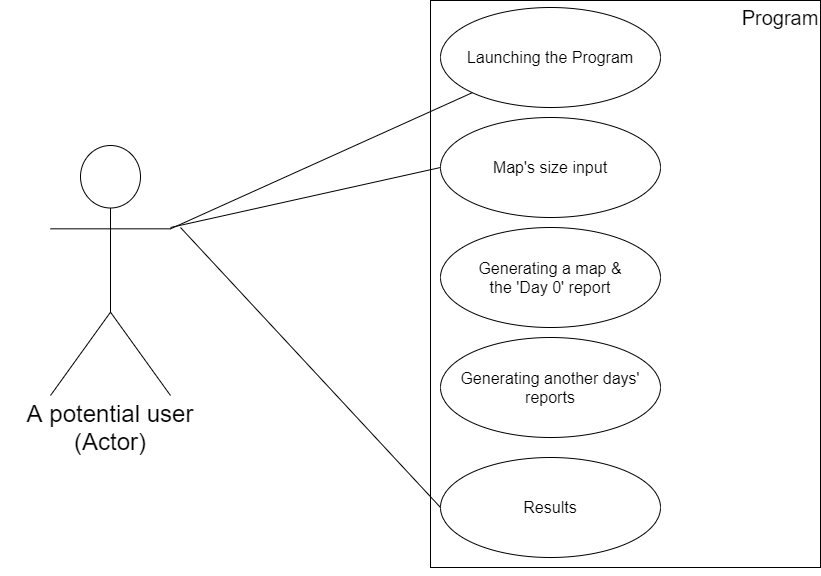
Before: Dokumentacja/pictures/Usage.png, a diagram exported from draw.io (Byczax/PO-Project). Source tidied: cells renumbered, new cells last; positions are measured from the earlier drawing's top-left corner, leaving out a move shared by most shapes.
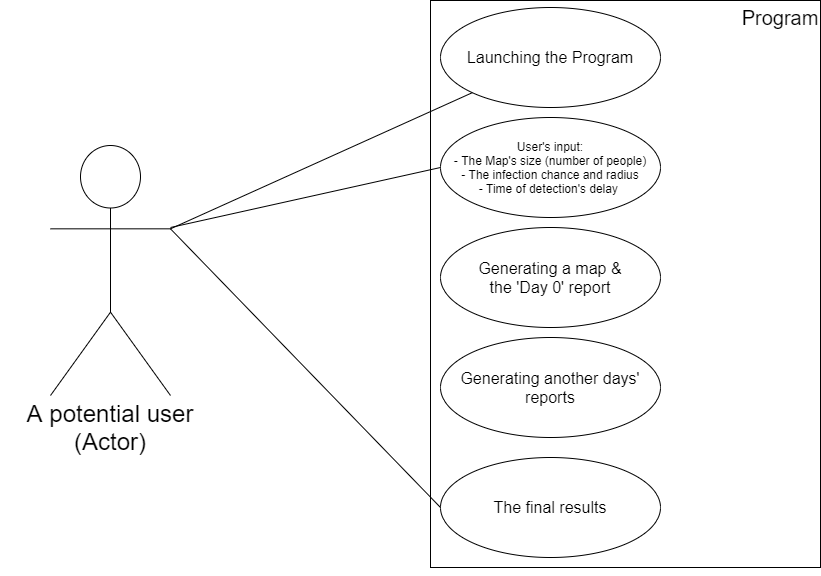
The same file after the commit.

Change to the diagram source:
```diff
@@ -14,7 +14,7 @@
     <mxCell id="5" value="&lt;font style=&quot;font-size: 20px&quot;&gt;Program&lt;/font&gt;" style="text;html=1;strokeColor=none;fillColor=none;align=center;verticalAlign=middle;whiteSpace=wrap;rounded=0;" parent="1" vertex="1">
       <mxGeometry x="760" y="7" width="40" height="20" as="geometry" />
     </mxCell>
-    <mxCell id="6" value="&lt;font style=&quot;font-size: 16px&quot;&gt;Map's size input&lt;/font&gt;" style="ellipse;whiteSpace=wrap;html=1;" parent="1" vertex="1">
+    <mxCell id="6" value="&lt;span&gt;User's input:&lt;br&gt;- The Map's size (number of people)&lt;br&gt;- The infection chance and radius&lt;br&gt;- Time of detection's delay&amp;nbsp;&lt;br&gt;&lt;/span&gt;" style="ellipse;whiteSpace=wrap;html=1;" parent="1" vertex="1">
       <mxGeometry x="440" y="117" width="220" height="100" as="geometry" />
     </mxCell>
     <mxCell id="7" style="endArrow=none;html=1;entryX=0;entryY=0.5;entryDx=0;entryDy=0;" parent="1" edge="1" target="6">
@@ -34,16 +34,14 @@
     <mxCell id="11" value="&lt;font style=&quot;font-size: 16px&quot;&gt;Generating another days'&lt;br&gt;reports&lt;/font&gt;" style="ellipse;whiteSpace=wrap;html=1;" parent="1" vertex="1">
       <mxGeometry x="440" y="337" width="220" height="100" as="geometry" />
     </mxCell>
-    <mxCell id="12" value="&lt;span style=&quot;font-size: 16px&quot;&gt;Results&lt;/span&gt;" style="ellipse;whiteSpace=wrap;html=1;" parent="1" vertex="1">
+    <mxCell id="12" value="&lt;span style=&quot;font-size: 16px&quot;&gt;The final results&lt;/span&gt;" style="ellipse;whiteSpace=wrap;html=1;" parent="1" vertex="1">
       <mxGeometry x="440" y="457" width="220" height="100" as="geometry" />
     </mxCell>
     <mxCell id="13" style="edgeStyle=orthogonalEdgeStyle;rounded=0;orthogonalLoop=1;jettySize=auto;html=1;exitX=0.5;exitY=1;exitDx=0;exitDy=0;" parent="1" edge="1" source="4" target="4">
       <mxGeometry relative="1" as="geometry" />
     </mxCell>
-    <mxCell id="14" style="endArrow=none;html=1;entryX=0;entryY=0.5;entryDx=0;entryDy=0;" parent="1" edge="1" target="12">
-      <mxGeometry relative="1" as="geometry">
-        <mxPoint x="180" y="227" as="sourcePoint" />
-      </mxGeometry>
+    <mxCell id="14" style="endArrow=none;html=1;entryX=0;entryY=0.5;entryDx=0;entryDy=0;exitX=1;exitY=0.3333333333333333;exitDx=0;exitDy=0;exitPerimeter=0;" parent="1" edge="1" source="2" target="12">
+      <mxGeometry relative="1" as="geometry" />
     </mxCell>
   </root>
 </mxGraphModel>
```
